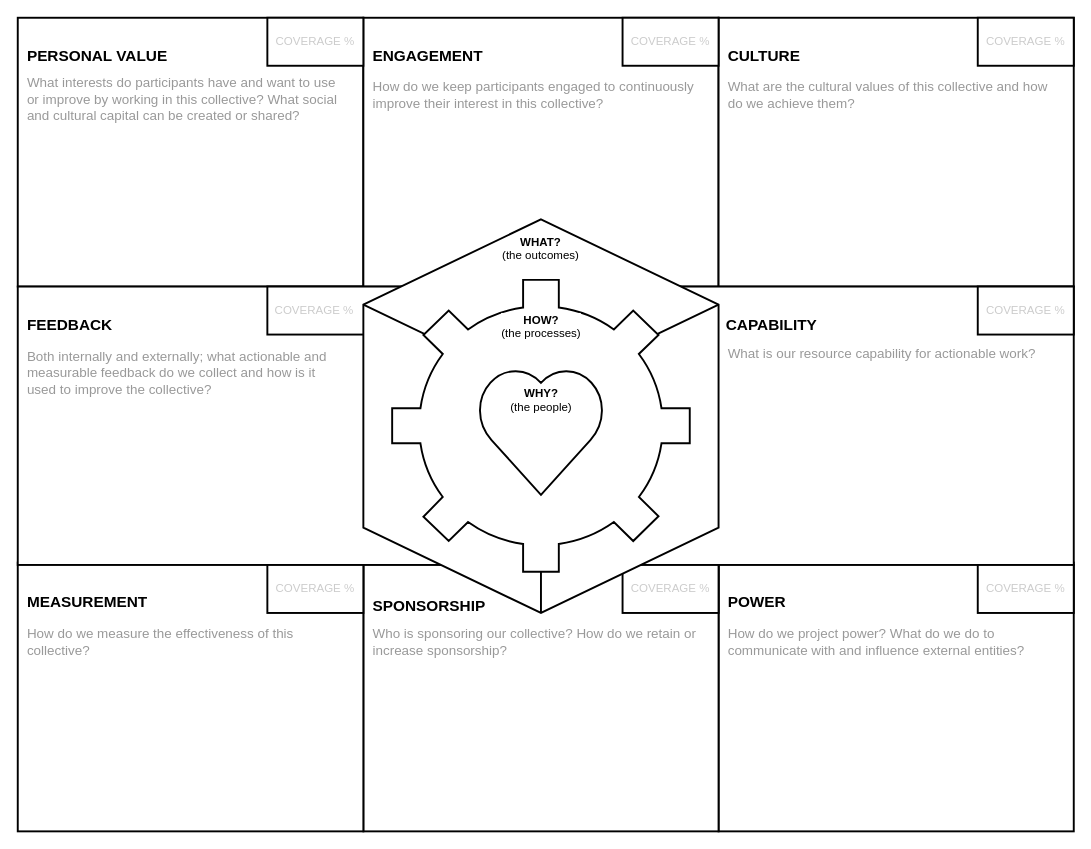
Earlier version of the draw.io diagram collective-action-canvas.drawio (rquast/collective-action-canvas). Source tidied: cells renumbered, new cells numbered last; positions are measured from the earlier drawing's top-left corner, leaving out a move shared by most shapes. Both pictures are drawn from the tidied source at 96%, with x=0, y=0 at pixel (17, 17).
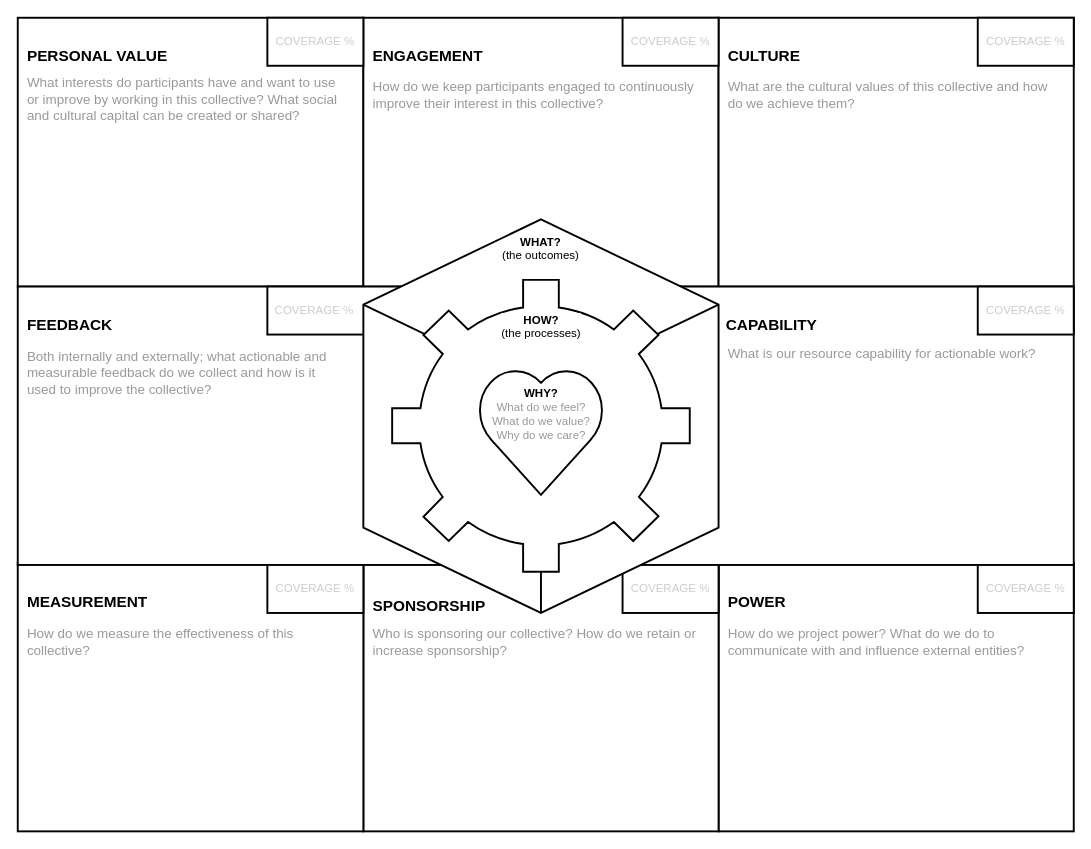
The same diagram, later.

Change to the diagram source:
```diff
@@
-    <mxCell id="20" value="&lt;b&gt;WHY?&lt;/b&gt;&lt;br&gt;(the people)" style="verticalLabelPosition=middle;verticalAlign=top;html=1;shape=mxgraph.basic.heart;fontSize=12;align=center;labelPosition=center;spacingTop=14;fillColor=#ffffff;strokeWidth=2;" parent="1" vertex="1">
+    <mxCell id="20" value="&lt;b&gt;WHY?&lt;/b&gt;&lt;br&gt;&lt;font color=&quot;#999999&quot;&gt;What do we feel?&lt;br&gt;What do we value?&lt;br&gt;Why do we care?&lt;br&gt;&lt;/font&gt;" style="verticalLabelPosition=middle;verticalAlign=top;html=1;shape=mxgraph.basic.heart;fontSize=12;align=center;labelPosition=center;spacingTop=14;fillColor=#ffffff;strokeWidth=2;" parent="1" vertex="1">
       <mxGeometry x="477.5" y="364.1" width="135" height="132.9" as="geometry" />
     </mxCell>
```
